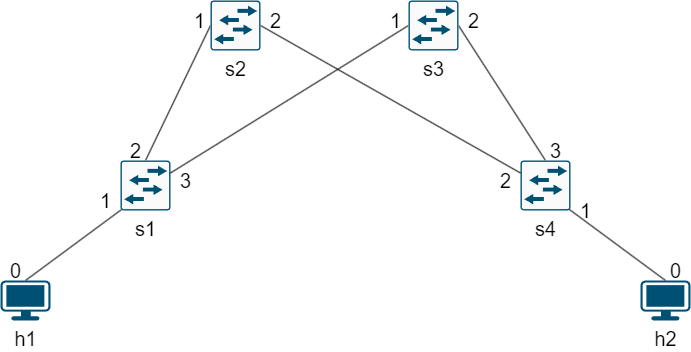
The draw.io diagram images/topology.drawio.png in davidcc73/P4-SFC-SDN, before a commit. Source tidied: cells renumbered, new cells last; positions are measured from the earlier drawing's top-left corner, leaving out a move shared by most shapes.
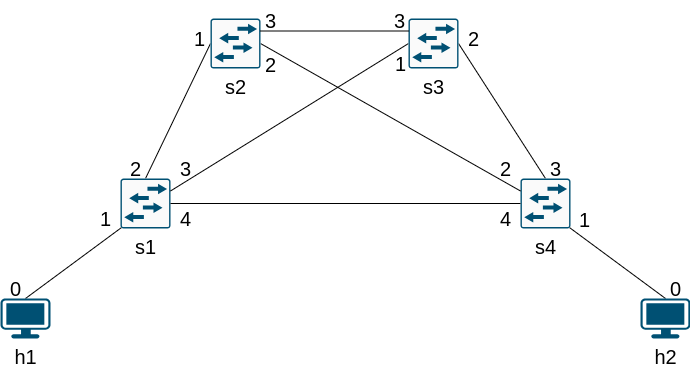
The same file after the commit.

Diff of the diagram source:
```diff
@@ -20,7 +20,7 @@
     <mxCell id="7" value="s3" style="sketch=0;points=[[0.015,0.015,0],[0.985,0.015,0],[0.985,0.985,0],[0.015,0.985,0],[0.25,0,0],[0.5,0,0],[0.75,0,0],[1,0.25,0],[1,0.5,0],[1,0.75,0],[0.75,1,0],[0.5,1,0],[0.25,1,0],[0,0.75,0],[0,0.5,0],[0,0.25,0]];verticalLabelPosition=bottom;html=1;verticalAlign=top;align=center;shape=mxgraph.cisco19.rect;prIcon=l2_switch;fillColor=#FAFAFA;strokeColor=#005073;hachureGap=4;jiggle=2;curveFitting=1;fontFamily=Helvetica;fontSize=20;" parent="1" vertex="1">
       <mxGeometry x="408" width="50" height="50" as="geometry" />
     </mxCell>
-    <mxCell id="8" style="hachureGap=4;jettySize=auto;html=1;exitX=1;exitY=0.5;exitDx=0;exitDy=0;exitPerimeter=0;entryX=0;entryY=0.25;entryDx=0;entryDy=0;entryPerimeter=0;fontFamily=Helvetica;fontSize=16;rounded=1;shadow=0;strokeColor=default;startArrow=none;startFill=0;endArrow=none;endFill=0;" parent="1" edge="1" source="9" target="5">
+    <mxCell id="8" style="hachureGap=4;jettySize=auto;html=1;entryX=0;entryY=0.25;entryDx=0;entryDy=0;entryPerimeter=0;fontFamily=Helvetica;fontSize=16;rounded=1;shadow=0;strokeColor=default;startArrow=none;startFill=0;endArrow=none;endFill=0;exitX=1;exitY=0.5;exitDx=0;exitDy=0;exitPerimeter=0;" parent="1" edge="1" source="9" target="5">
       <mxGeometry relative="1" as="geometry" />
     </mxCell>
     <mxCell id="9" value="s2" style="sketch=0;points=[[0.015,0.015,0],[0.985,0.015,0],[0.985,0.985,0],[0.015,0.985,0],[0.25,0,0],[0.5,0,0],[0.75,0,0],[1,0.25,0],[1,0.5,0],[1,0.75,0],[0.75,1,0],[0.5,1,0],[0.25,1,0],[0,0.75,0],[0,0.5,0],[0,0.25,0]];verticalLabelPosition=bottom;html=1;verticalAlign=top;align=center;shape=mxgraph.cisco19.rect;prIcon=l2_switch;fillColor=#FAFAFA;strokeColor=#005073;hachureGap=4;jiggle=2;curveFitting=1;fontFamily=Helvetica;fontSize=20;" parent="1" vertex="1">
@@ -48,25 +48,25 @@
       <mxGeometry x="90" y="180" width="30" height="40" as="geometry" />
     </mxCell>
     <mxCell id="17" value="1" style="text;html=1;align=center;verticalAlign=middle;strokeColor=none;fillColor=none;fontSize=20;fontFamily=Helvetica;" parent="1" vertex="1">
-      <mxGeometry x="570" y="190" width="30" height="40" as="geometry" />
+      <mxGeometry x="569" y="181" width="30" height="40" as="geometry" />
     </mxCell>
     <mxCell id="18" value="1" style="text;html=1;align=center;verticalAlign=middle;strokeColor=none;fillColor=none;fontSize=20;fontFamily=Helvetica;" parent="1" vertex="1">
       <mxGeometry x="184" width="30" height="40" as="geometry" />
     </mxCell>
     <mxCell id="19" value="1" style="text;html=1;align=center;verticalAlign=middle;strokeColor=none;fillColor=none;fontSize=20;fontFamily=Helvetica;" parent="1" vertex="1">
-      <mxGeometry x="380" width="30" height="40" as="geometry" />
+      <mxGeometry x="385" y="25" width="30" height="40" as="geometry" />
     </mxCell>
     <mxCell id="20" value="2" style="text;html=1;align=center;verticalAlign=middle;strokeColor=none;fillColor=none;fontSize=20;fontFamily=Helvetica;" parent="1" vertex="1">
       <mxGeometry x="120" y="130" width="30" height="40" as="geometry" />
     </mxCell>
     <mxCell id="21" value="3" style="text;html=1;align=center;verticalAlign=middle;strokeColor=none;fillColor=none;fontSize=20;fontFamily=Helvetica;" parent="1" vertex="1">
-      <mxGeometry x="170" y="160" width="30" height="40" as="geometry" />
+      <mxGeometry x="170" y="130" width="30" height="40" as="geometry" />
     </mxCell>
     <mxCell id="22" value="2" style="text;html=1;align=center;verticalAlign=middle;strokeColor=none;fillColor=none;fontSize=20;fontFamily=Helvetica;" parent="1" vertex="1">
-      <mxGeometry x="260" width="30" height="40" as="geometry" />
+      <mxGeometry x="255" y="26" width="30" height="40" as="geometry" />
     </mxCell>
     <mxCell id="23" value="2" style="text;html=1;align=center;verticalAlign=middle;strokeColor=none;fillColor=none;fontSize=20;fontFamily=Helvetica;" parent="1" vertex="1">
-      <mxGeometry x="490" y="160" width="30" height="40" as="geometry" />
+      <mxGeometry x="490" y="130" width="30" height="40" as="geometry" />
     </mxCell>
     <mxCell id="24" value="2" style="text;html=1;align=center;verticalAlign=middle;strokeColor=none;fillColor=none;fontSize=20;fontFamily=Helvetica;" parent="1" vertex="1">
       <mxGeometry x="458" width="30" height="40" as="geometry" />
@@ -74,5 +74,23 @@
     <mxCell id="25" value="3" style="text;html=1;align=center;verticalAlign=middle;strokeColor=none;fillColor=none;fontSize=20;fontFamily=Helvetica;" parent="1" vertex="1">
       <mxGeometry x="540" y="130" width="30" height="40" as="geometry" />
     </mxCell>
+    <mxCell id="26" style="edgeStyle=orthogonalEdgeStyle;rounded=0;jettySize=auto;html=1;exitX=1;exitY=0.5;exitDx=0;exitDy=0;exitPerimeter=0;entryX=0;entryY=0.5;entryDx=0;entryDy=0;entryPerimeter=0;endArrow=none;endFill=0;" parent="1" edge="1" source="3" target="5">
+      <mxGeometry relative="1" as="geometry" />
+    </mxCell>
+    <mxCell id="27" value="4" style="text;html=1;align=center;verticalAlign=middle;strokeColor=none;fillColor=none;fontSize=20;fontFamily=Helvetica;" parent="1" vertex="1">
+      <mxGeometry x="170" y="180" width="30" height="40" as="geometry" />
+    </mxCell>
+    <mxCell id="28" value="4" style="text;html=1;align=center;verticalAlign=middle;strokeColor=none;fillColor=none;fontSize=20;fontFamily=Helvetica;" parent="1" vertex="1">
+      <mxGeometry x="490" y="180" width="30" height="40" as="geometry" />
+    </mxCell>
+    <mxCell id="29" style="edgeStyle=orthogonalEdgeStyle;rounded=0;jettySize=auto;html=1;exitX=1;exitY=0.25;exitDx=0;exitDy=0;exitPerimeter=0;entryX=0;entryY=0.25;entryDx=0;entryDy=0;entryPerimeter=0;endArrow=none;endFill=0;" parent="1" edge="1" source="9" target="7">
+      <mxGeometry relative="1" as="geometry" />
+    </mxCell>
+    <mxCell id="30" value="3" style="text;html=1;align=center;verticalAlign=middle;strokeColor=none;fillColor=none;fontSize=20;fontFamily=Helvetica;" parent="1" vertex="1">
+      <mxGeometry x="384" y="-18" width="30" height="40" as="geometry" />
+    </mxCell>
+    <mxCell id="31" value="3" style="text;html=1;align=center;verticalAlign=middle;strokeColor=none;fillColor=none;fontSize=20;fontFamily=Helvetica;" parent="1" vertex="1">
+      <mxGeometry x="255" y="-18" width="30" height="40" as="geometry" />
+    </mxCell>
   </root>
 </mxGraphModel>
```
